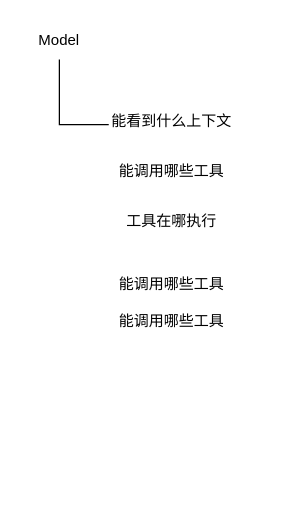
Before: 6-ai/deepseek-herness.drawio in vic868/Deliberate, a draw.io diagram. Source tidied: cells renumbered, new cells numbered last; positions are measured from the earlier drawing's top-left corner, leaving out a move shared by most shapes. Both pictures are drawn from the tidied source at 125%, with x=0, y=0 at pixel (21, 21).
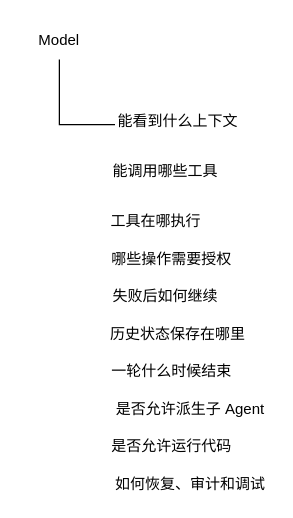
The same diagram, later.

Commit message:
vault backup: 2026-10-22 15:10:26

What changed in the source:
```diff
@@
 <mxGraphModel>
   <root>
     <mxCell id="0" />
     <mxCell id="1" parent="0" />
     <mxCell id="2" value="Model" style="text;html=1;whiteSpace=wrap;strokeColor=none;fillColor=none;align=center;verticalAlign=middle;rounded=0;" parent="1" vertex="1">
       <mxGeometry width="60" height="30" as="geometry" />
     </mxCell>
     <mxCell id="3" style="edgeStyle=orthogonalEdgeStyle;rounded=0;jettySize=auto;html=1;entryX=0.5;entryY=1;entryDx=0;entryDy=0;defaultLabelBackgroundColor=page;exitX=-0.005;exitY=0.608;exitDx=0;exitDy=0;exitPerimeter=0;startArrow=none;startFill=0;endArrow=none;endFill=0;" parent="1" edge="1" source="4" target="2">
       <mxGeometry relative="1" as="geometry" />
     </mxCell>
     <mxCell id="4" value="能看到什么上下文" style="text;html=1;whiteSpace=wrap;strokeColor=none;fillColor=none;align=center;verticalAlign=middle;rounded=0;" parent="1" vertex="1">
-      <mxGeometry x="70" y="70" width="100" height="20" as="geometry" />
+      <mxGeometry x="75" y="70" width="100" height="20" as="geometry" />
     </mxCell>
     <mxCell id="5" value="能调用哪些工具" style="text;html=1;whiteSpace=wrap;strokeColor=none;fillColor=none;align=center;verticalAlign=middle;rounded=0;" parent="1" vertex="1">
-      <mxGeometry x="70" y="110" width="100" height="20" as="geometry" />
+      <mxGeometry x="70" y="110" width="90" height="20" as="geometry" />
     </mxCell>
     <mxCell id="6" value="工具在哪执行" style="text;html=1;whiteSpace=wrap;strokeColor=none;fillColor=none;align=center;verticalAlign=middle;rounded=0;" parent="1" vertex="1">
-      <mxGeometry x="70" y="150" width="100" height="20" as="geometry" />
+      <mxGeometry x="70" y="150" width="75" height="20" as="geometry" />
     </mxCell>
-    <mxCell id="7" value="能调用哪些工具" style="text;html=1;whiteSpace=wrap;strokeColor=none;fillColor=none;align=center;verticalAlign=middle;rounded=0;" parent="1" vertex="1">
-      <mxGeometry x="70" y="200" width="100" height="20" as="geometry" />
+    <mxCell id="7" value="哪些操作需要授权" style="text;html=1;whiteSpace=wrap;strokeColor=none;fillColor=none;align=center;verticalAlign=middle;rounded=0;" parent="1" vertex="1">
+      <mxGeometry x="70" y="180" width="100" height="20" as="geometry" />
     </mxCell>
-    <mxCell id="8" value="能调用哪些工具" style="text;html=1;whiteSpace=wrap;strokeColor=none;fillColor=none;align=center;verticalAlign=middle;rounded=0;" parent="1" vertex="1">
-      <mxGeometry x="70" y="230" width="100" height="20" as="geometry" />
+    <mxCell id="8" value="失败后如何继续" style="text;html=1;whiteSpace=wrap;strokeColor=none;fillColor=none;align=center;verticalAlign=middle;rounded=0;" parent="1" vertex="1">
+      <mxGeometry x="70" y="210" width="90" height="20" as="geometry" />
     </mxCell>
+    <mxCell id="9" value="历史状态保存在哪里" style="text;html=1;whiteSpace=wrap;strokeColor=none;fillColor=none;align=center;verticalAlign=middle;rounded=0;" parent="1" vertex="1">
+      <mxGeometry x="70" y="240" width="110" height="20" as="geometry" />
+    </mxCell>
+    <mxCell id="10" value="一轮什么时候结束" style="text;html=1;whiteSpace=wrap;strokeColor=none;fillColor=none;align=center;verticalAlign=middle;rounded=0;" parent="1" vertex="1">
+      <mxGeometry x="70" y="270" width="100" height="20" as="geometry" />
+    </mxCell>
+    <mxCell id="11" value="是否允许派生子 Agent" style="text;html=1;whiteSpace=wrap;strokeColor=none;fillColor=none;align=center;verticalAlign=middle;rounded=0;" parent="1" vertex="1">
+      <mxGeometry x="70" y="300" width="130" height="20" as="geometry" />
+    </mxCell>
+    <mxCell id="12" value="是否允许运行代码" style="text;html=1;whiteSpace=wrap;strokeColor=none;fillColor=none;align=center;verticalAlign=middle;rounded=0;" parent="1" vertex="1">
+      <mxGeometry x="70" y="330" width="100" height="20" as="geometry" />
+    </mxCell>
+    <mxCell id="13" value="如何恢复、审计和调试" style="text;html=1;whiteSpace=wrap;strokeColor=none;fillColor=none;align=center;verticalAlign=middle;rounded=0;" parent="1" vertex="1">
+      <mxGeometry x="70" y="360" width="130" height="20" as="geometry" />
+    </mxCell>
   </root>
 </mxGraphModel>
```
